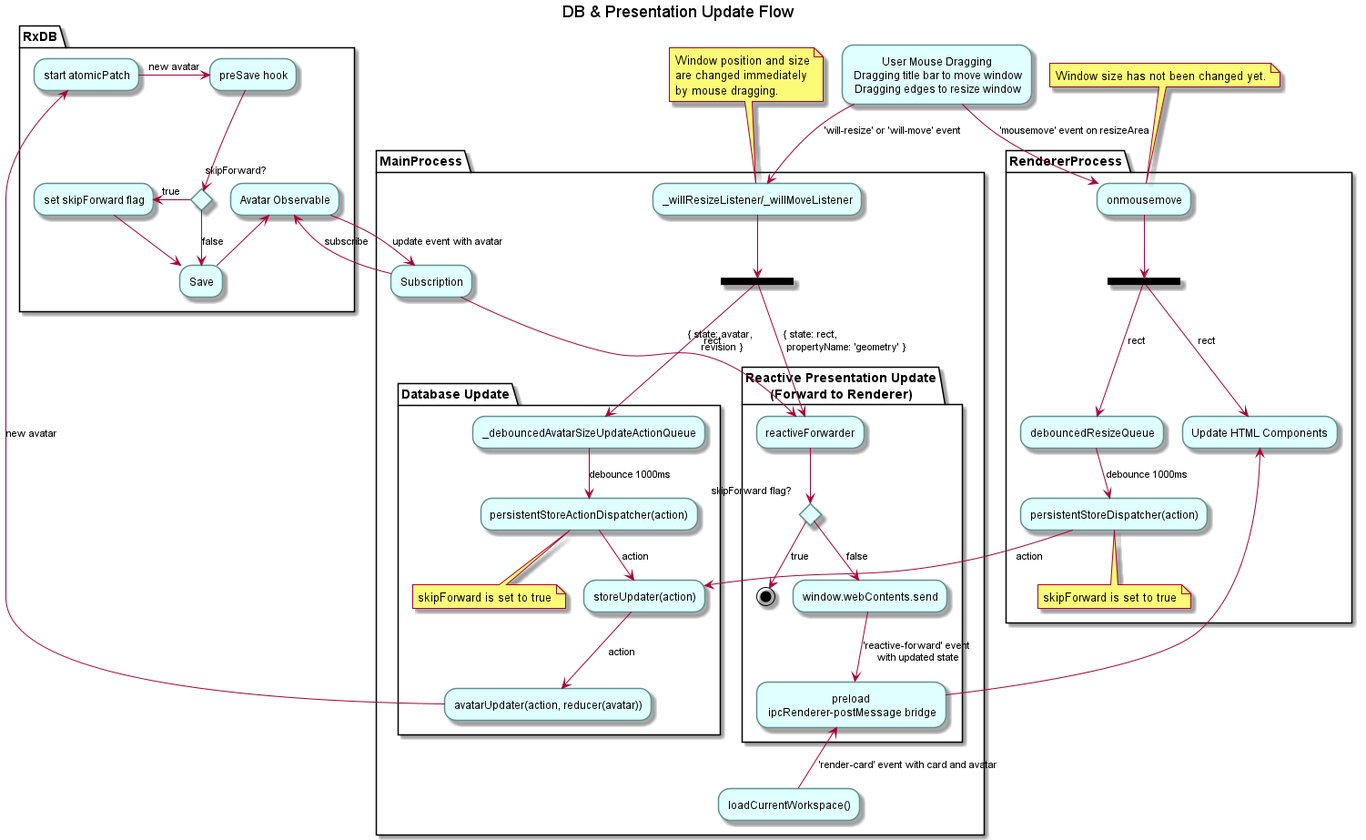
The PlantUML diagram doc/rxdesktop_store.png in sosuisen/rxdesktop, before a commit. Its diagram source:
```plantuml
@startuml
title DB & Presentation Update Flow

skinparam activity {
  BackgroundColor #e0ffff
  BorderColor #609090
}


partition MainProcess {
    "_willResizeListener/_willMoveListener" -down-> ===B1===

    partition "Database Update" {
        ===B1=== --> [rect] "_debouncedAvatarSizeUpdateActionQueue"
        "_debouncedAvatarSizeUpdateActionQueue" --> [debounce 1000ms] "persistentStoreActionDispatcher(action)"
        note bottom
            skipForward is set to true
        end note
        "persistentStoreActionDispatcher(action)" --> [action] "storeUpdater(action)"
        "storeUpdater(action)" --> [action] "avatarUpdater(action, reducer(avatar))"
    }
    partition "Reactive Presentation Update\n(Forward to Renderer)" {
        ===B1=== --> [{ state: rect,                         \n propertyName: 'geometry' }] "reactiveForwarder"
        if "skipForward flag?" then
            -->[true] (*)
        else
            -->[false] "window.webContents.send"
        endif
        "window.webContents.send" --> ['reactive-forward' event\n with updated state] "preload\n ipcRenderer-postMessage bridge"
    }
    "Subscription" -down-> [{ state: avatar,\n revision }] "reactiveForwarder"
    "loadCurrentWorkspace()" -up-> ['render-card' event with card and avatar] "preload\n ipcRenderer-postMessage bridge"

}

partition RxDB {
    "avatarUpdater(action, reducer(avatar))" --> [new avatar] "start atomicPatch"
    "start atomicPatch" -left-> [new avatar] "preSave hook"
    if "skipForward?" then
        -left-> [true] "set skipForward flag"
        -right-> "Save"
    else
        --> [false] "Save"
    "Save" -up-> "Avatar Observable"

    "Subscription" -up-> [subscribe] "Avatar Observable"
    "Avatar Observable" --> [update event with avatar] "Subscription"
}

partition RendererProcess {
    "preload\n ipcRenderer-postMessage bridge" --> "Update HTML Components"
    "onmousemove" --> ===B2===
     --> [rect] "Update HTML Components"
    ===B2=== --> [rect] "debouncedResizeQueue"
    "debouncedResizeQueue" --> [debounce 1000ms] "persistentStoreDispatcher(action)"
    note bottom
      skipForward is set to true
    end note
    "persistentStoreDispatcher(action)" --> [action] "storeUpdater(action)"
}

"User Mouse Dragging\n Dragging title bar to move window\n Dragging edges to resize window" --> ['will-resize' or 'will-move' event] "_willResizeListener/_willMoveListener"
note top
    Window position and size
    are changed immediately
    by mouse dragging.
end note

"User Mouse Dragging\n Dragging title bar to move window\n Dragging edges to resize window" -left-> ['mousemove' event on resizeArea] "onmousemove"
note top
    Window size has not been changed yet.
end note
@enduml
```
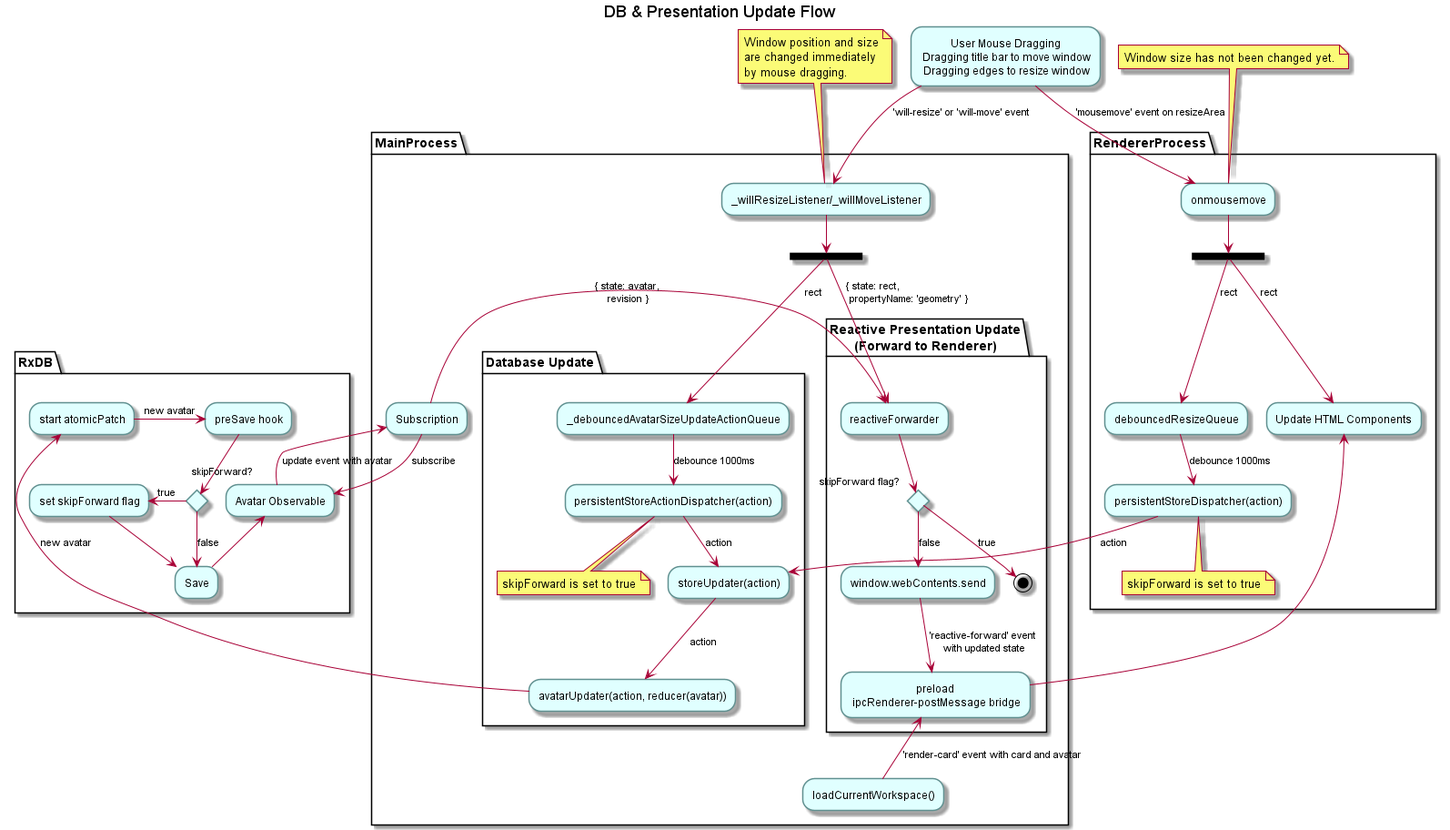
Above is the later version.

Commit message:
fix: Fix layout of diagram

Change to the diagram source:
```diff
@@ -28,7 +28,7 @@
         endif
         "window.webContents.send" --> ['reactive-forward' event\n with updated state] "preload\n ipcRenderer-postMessage bridge"
     }
-    "Subscription" -down-> [{ state: avatar,\n revision }] "reactiveForwarder"
+    "Subscription" -right-> [{ state: avatar,\n revision }] "reactiveForwarder"
     "loadCurrentWorkspace()" -up-> ['render-card' event with card and avatar] "preload\n ipcRenderer-postMessage bridge"
 
 }
@@ -43,7 +43,7 @@
         --> [false] "Save"
     "Save" -up-> "Avatar Observable"
 
-    "Subscription" -up-> [subscribe] "Avatar Observable"
+    "Subscription" --> [subscribe] "Avatar Observable"
     "Avatar Observable" --> [update event with avatar] "Subscription"
 }
 
```
